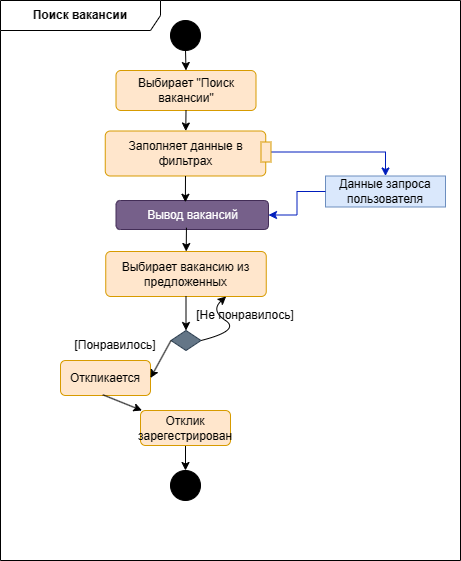
Earlier version of the draw.io export activity_diagrams/Vacancy_searching.drawio.png (Reem-Almasri/Freelancer-SPM). Source tidied: cells renumbered, new cells last; positions are measured from the earlier drawing's top-left corner, leaving out a move shared by most shapes.
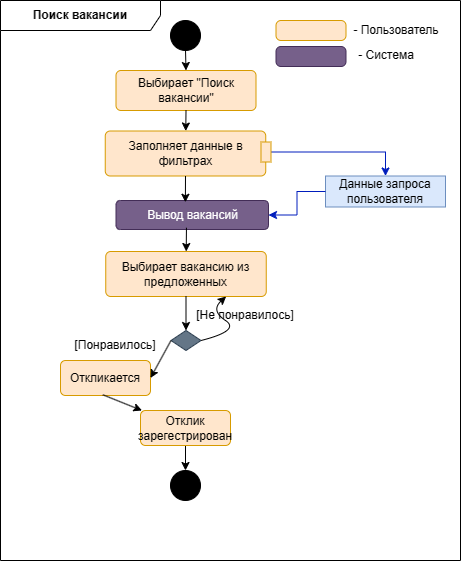
After the commit.

Change to the diagram source:
```diff
@@ -82,5 +82,17 @@
     <mxCell id="26" value="Отклик зарегестрирован" style="html=1;align=center;verticalAlign=middle;rounded=1;absoluteArcSize=1;arcSize=10;dashed=0;whiteSpace=wrap;fillColor=#ffe6cc;strokeColor=#d79b00;" parent="2" vertex="1">
       <mxGeometry x="140" y="410" width="90" height="35" as="geometry" />
     </mxCell>
+    <mxCell id="27" style="html=1;align=center;verticalAlign=middle;rounded=1;absoluteArcSize=1;arcSize=10;dashed=0;whiteSpace=wrap;fillColor=#ffe6cc;strokeColor=#d79b00;" parent="2" vertex="1">
+      <mxGeometry x="275.5" y="20" width="70" height="20" as="geometry" />
+    </mxCell>
+    <mxCell id="28" value="- Пользователь" style="text;html=1;strokeColor=none;fillColor=none;align=center;verticalAlign=middle;whiteSpace=wrap;rounded=0;" parent="2" vertex="1">
+      <mxGeometry x="350.5" y="15" width="90" height="30" as="geometry" />
+    </mxCell>
+    <mxCell id="29" style="html=1;align=center;verticalAlign=middle;rounded=1;absoluteArcSize=1;arcSize=10;dashed=0;whiteSpace=wrap;fillColor=#76608a;strokeColor=#432D57;fontColor=#ffffff;" parent="2" vertex="1">
+      <mxGeometry x="275.5" y="46" width="70" height="20" as="geometry" />
+    </mxCell>
+    <mxCell id="30" value="- Система" style="text;html=1;strokeColor=none;fillColor=none;align=center;verticalAlign=middle;whiteSpace=wrap;rounded=0;" parent="2" vertex="1">
+      <mxGeometry x="340.5" y="40" width="90" height="30" as="geometry" />
+    </mxCell>
   </root>
 </mxGraphModel>
```
